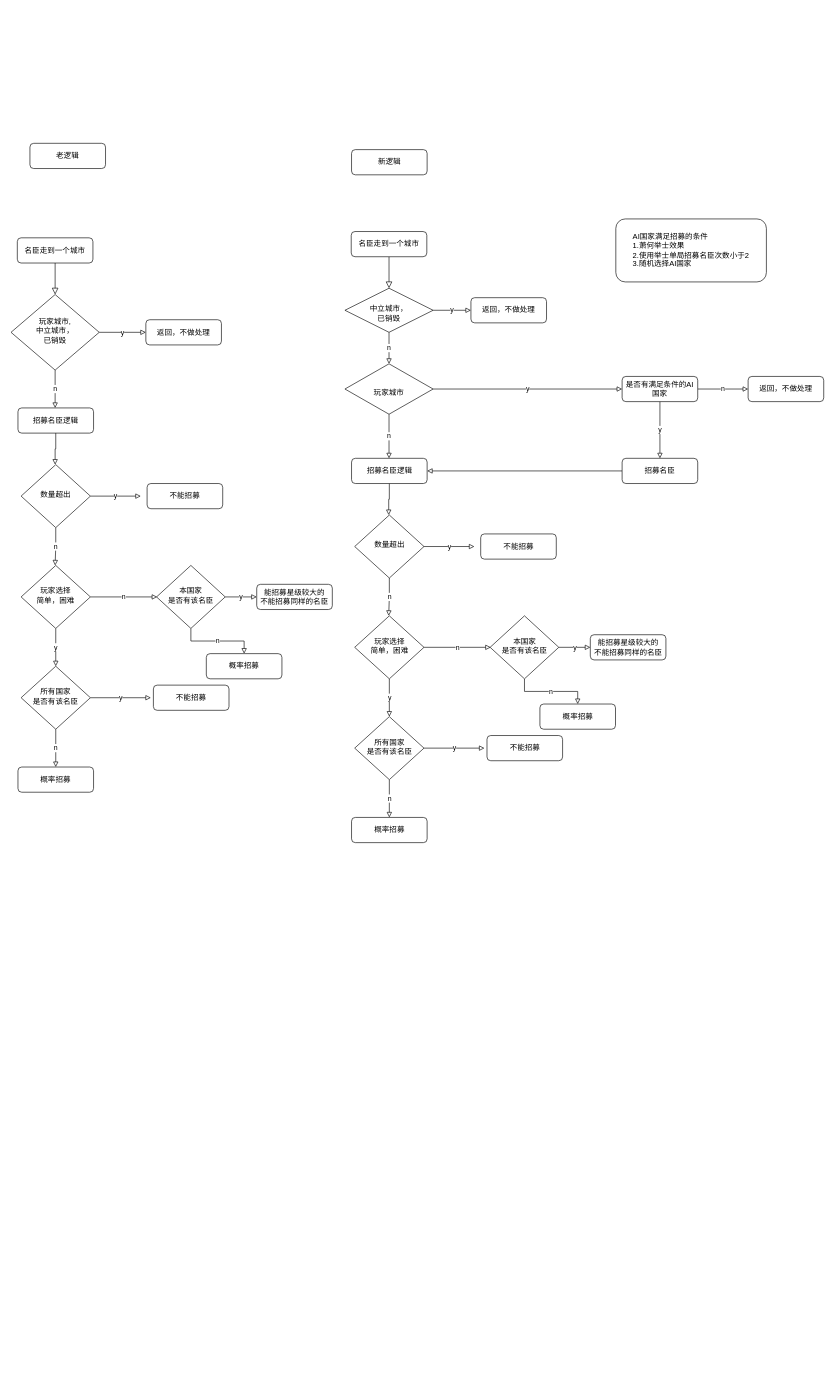
This is 萧何举士效果收服名臣流程图.drawio from fdgggy/architect-awesome, a draw.io file, before an edit. Source tidied: cells renumbered, new cells numbered last; positions are measured from the earlier drawing's top-left corner, leaving out a move shared by most shapes. Both pictures are drawn from the tidied source at 63%, with x=0, y=0 at pixel (11, 143).
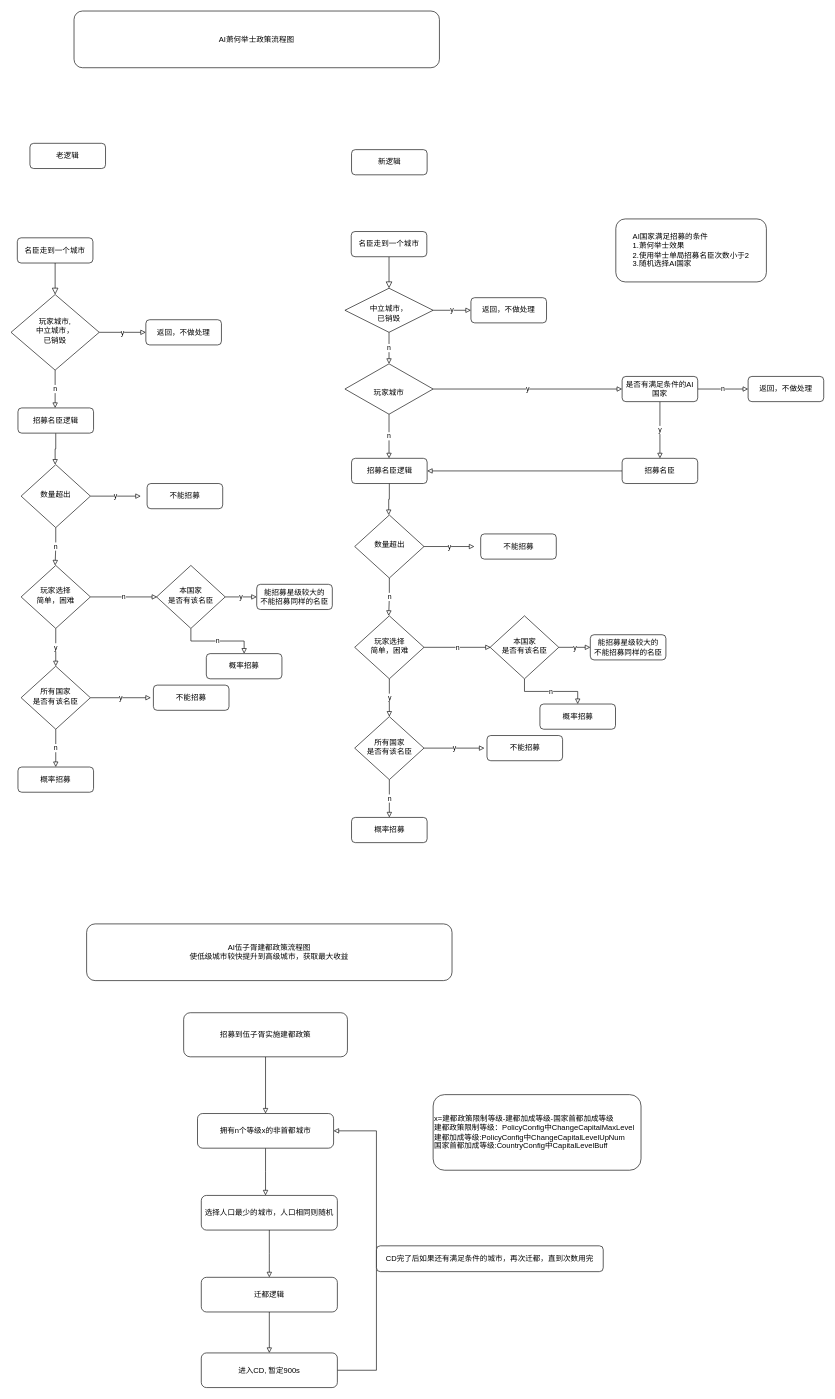
After the change.

Commit message:
更新萧何举士效果收服名臣流程图.drawio

What changed in the source:
```diff
@@
+    <mxCell id="64" value="AI萧何举士政策流程图" style="rounded=1;whiteSpace=wrap;html=1;fontSize=12;glass=0;strokeWidth=1;shadow=0;" parent="1" vertex="1">
+      <mxGeometry x="100" y="-210" width="580" height="90" as="geometry" />
+    </mxCell>
+    <mxCell id="65" value="AI伍子胥建都政策流程图&lt;br&gt;使低级城市较快提升到高级城市，获取最大收益" style="rounded=1;whiteSpace=wrap;html=1;fontSize=12;glass=0;strokeWidth=1;shadow=0;" parent="1" vertex="1">
+      <mxGeometry x="120" y="1239" width="580" height="90" as="geometry" />
+    </mxCell>
+    <mxCell id="66" style="edgeStyle=orthogonalEdgeStyle;rounded=0;jettySize=auto;html=1;startArrow=none;startFill=0;endArrow=block;endFill=0;strokeColor=default;" parent="1" edge="1" source="67" target="69">
+      <mxGeometry relative="1" as="geometry" />
+    </mxCell>
+    <mxCell id="67" value="招募到伍子胥实施建都政策" style="rounded=1;whiteSpace=wrap;html=1;fontSize=12;glass=0;strokeWidth=1;shadow=0;" parent="1" vertex="1">
+      <mxGeometry x="274" y="1380" width="260" height="70" as="geometry" />
+    </mxCell>
+    <mxCell id="68" style="edgeStyle=orthogonalEdgeStyle;rounded=0;jettySize=auto;html=1;startArrow=none;startFill=0;endArrow=block;endFill=0;strokeColor=default;" parent="1" edge="1" source="69">
+      <mxGeometry relative="1" as="geometry">
+        <mxPoint x="404" y="1670" as="targetPoint" />
+      </mxGeometry>
+    </mxCell>
+    <mxCell id="69" value="拥有n个等级x的非首都城市" style="whiteSpace=wrap;html=1;rounded=1;glass=0;strokeWidth=1;shadow=0;" parent="1" vertex="1">
+      <mxGeometry x="296" y="1540" width="216" height="55" as="geometry" />
+    </mxCell>
+    <mxCell id="70" value="&lt;div style=&quot;&quot;&gt;&lt;span style=&quot;background-color: initial;&quot;&gt;x=建都政策限制等级-建都加成等级-国家首都加成等级&lt;/span&gt;&lt;/div&gt;&lt;div style=&quot;&quot;&gt;&lt;span style=&quot;background-color: initial;&quot;&gt;建都政策限制等级：PolicyConfig中ChangeCapitalMaxLevel&lt;/span&gt;&lt;/div&gt;&lt;div style=&quot;&quot;&gt;&lt;span style=&quot;background-color: initial;&quot;&gt;建都加成等级:PolicyConfig中ChangeCapitalLevelUpNum&lt;/span&gt;&lt;/div&gt;&lt;div style=&quot;&quot;&gt;&lt;span style=&quot;background-color: initial;&quot;&gt;国家首都加成等级:CountryConfig中CapitalLevelBuff&lt;/span&gt;&lt;/div&gt;" style="whiteSpace=wrap;html=1;rounded=1;glass=0;strokeWidth=1;shadow=0;align=left;" parent="1" vertex="1">
+      <mxGeometry x="670" y="1510" width="330" height="120" as="geometry" />
+    </mxCell>
+    <mxCell id="71" style="edgeStyle=orthogonalEdgeStyle;rounded=0;jettySize=auto;html=1;startArrow=none;startFill=0;endArrow=block;endFill=0;strokeColor=default;" parent="1" edge="1" source="72">
+      <mxGeometry relative="1" as="geometry">
+        <mxPoint x="410" y="1800" as="targetPoint" />
+      </mxGeometry>
+    </mxCell>
+    <mxCell id="72" value="选择人口最少的城市，人口相同则随机" style="whiteSpace=wrap;html=1;rounded=1;glass=0;strokeWidth=1;shadow=0;" parent="1" vertex="1">
+      <mxGeometry x="302" y="1670" width="216" height="55" as="geometry" />
+    </mxCell>
+    <mxCell id="73" style="edgeStyle=orthogonalEdgeStyle;rounded=0;jettySize=auto;html=1;entryX=0.5;entryY=0;entryDx=0;entryDy=0;startArrow=none;startFill=0;endArrow=block;endFill=0;strokeColor=default;" parent="1" edge="1" source="74" target="76">
+      <mxGeometry relative="1" as="geometry" />
+    </mxCell>
+    <mxCell id="74" value="迁都逻辑" style="whiteSpace=wrap;html=1;rounded=1;glass=0;strokeWidth=1;shadow=0;" parent="1" vertex="1">
+      <mxGeometry x="302" y="1800" width="216" height="55" as="geometry" />
+    </mxCell>
+    <mxCell id="75" style="edgeStyle=orthogonalEdgeStyle;rounded=0;jettySize=auto;html=1;entryX=1;entryY=0.5;entryDx=0;entryDy=0;startArrow=none;startFill=0;endArrow=block;endFill=0;strokeColor=default;" parent="1" edge="1" source="76" target="69">
+      <mxGeometry relative="1" as="geometry">
+        <Array as="points">
+          <mxPoint x="580" y="1948" />
+          <mxPoint x="580" y="1568" />
+        </Array>
+      </mxGeometry>
+    </mxCell>
+    <mxCell id="76" value="进入CD, 暂定900s" style="whiteSpace=wrap;html=1;rounded=1;glass=0;strokeWidth=1;shadow=0;" parent="1" vertex="1">
+      <mxGeometry x="302" y="1920" width="216" height="55" as="geometry" />
+    </mxCell>
+    <mxCell id="77" value="CD完了后如果还有满足条件的城市，再次迁都，直到次数用完" style="rounded=1;whiteSpace=wrap;html=1;" parent="1" vertex="1">
+      <mxGeometry x="580" y="1750" width="360" height="41" as="geometry" />
+    </mxCell>
```
